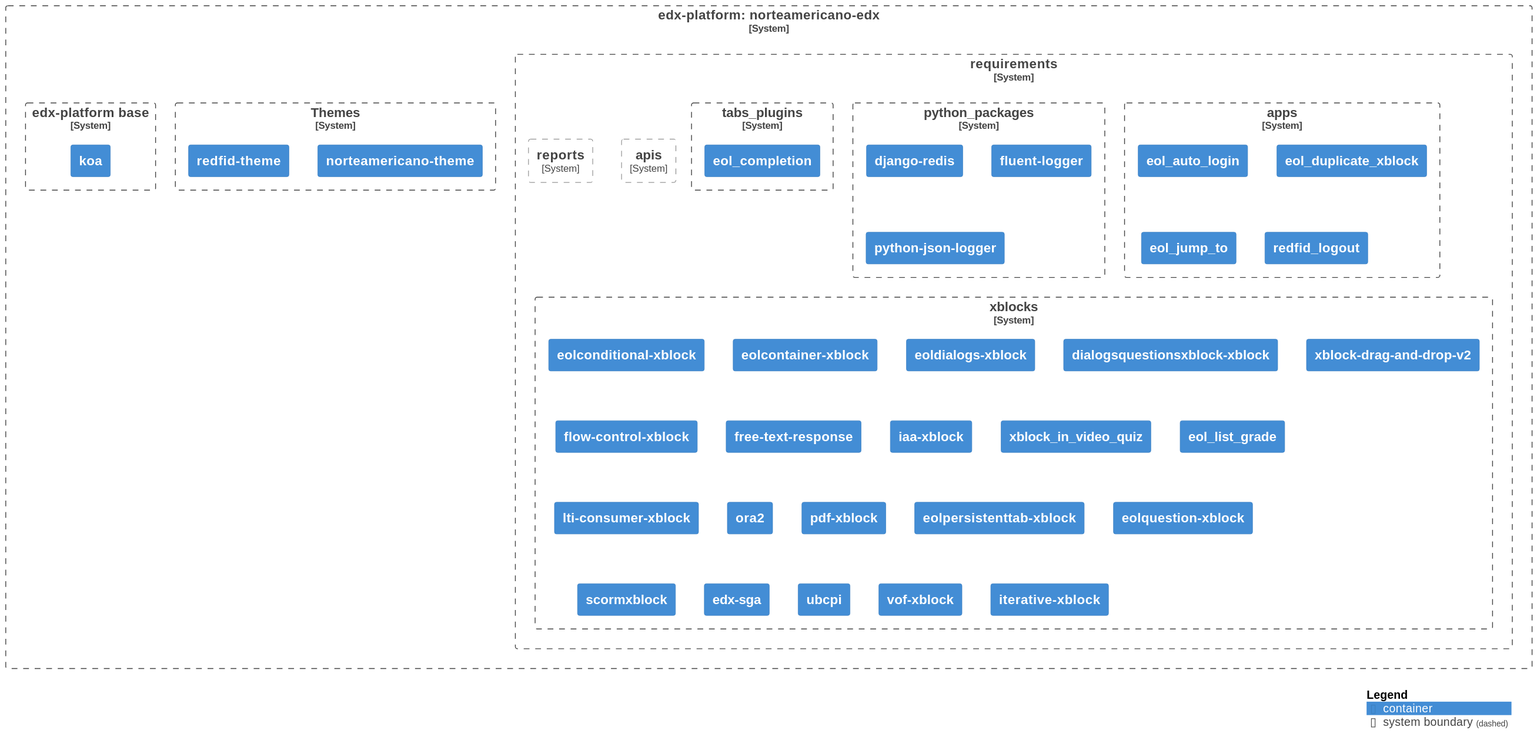
Earlier version of the PlantUML export diagrams/diagram.svg (eol-virtuallabx/norteamericano-edx).
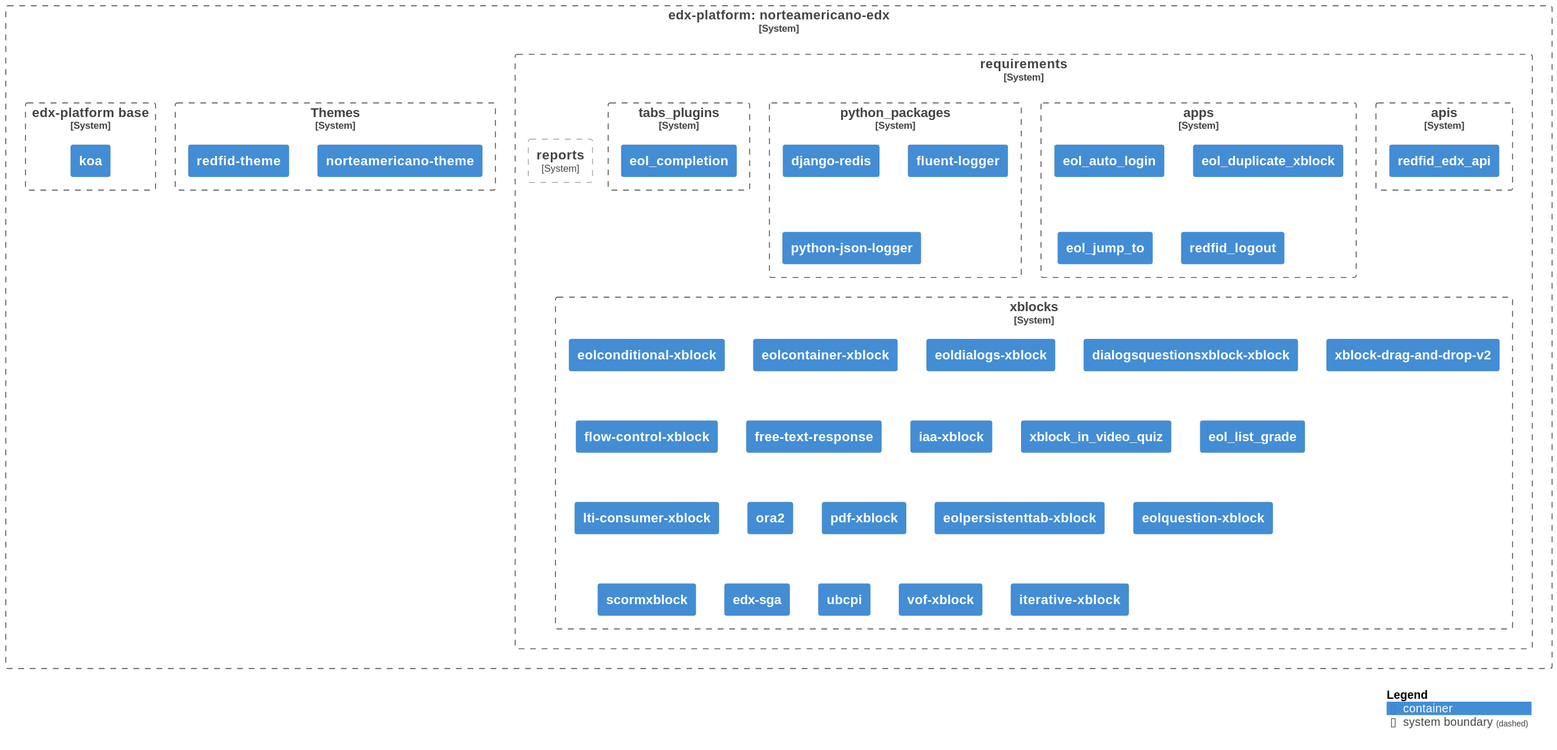
The same diagram one commit later.

Commit message:
chore: Auto-generate UML diagram

Diff of the diagram source:
```diff
@@ -8,6 +8,8 @@
     System_Boundary(c2, "requirements", $link="https://github.com/eol-virtuallabx/norteamericano-edx/blob/vlabx-release/koa/requirements/") {
 
             System_Boundary(apis, "apis", $link="https://github.com/eol-virtuallabx/norteamericano-edx/blob/vlabx-release/koa/requirements/apis.txt") {
+
+                Container(apis1, "redfid_edx_api", $link="https://github.com/cmmedu/redfid-edx-api.git")
 
             }
 
```
